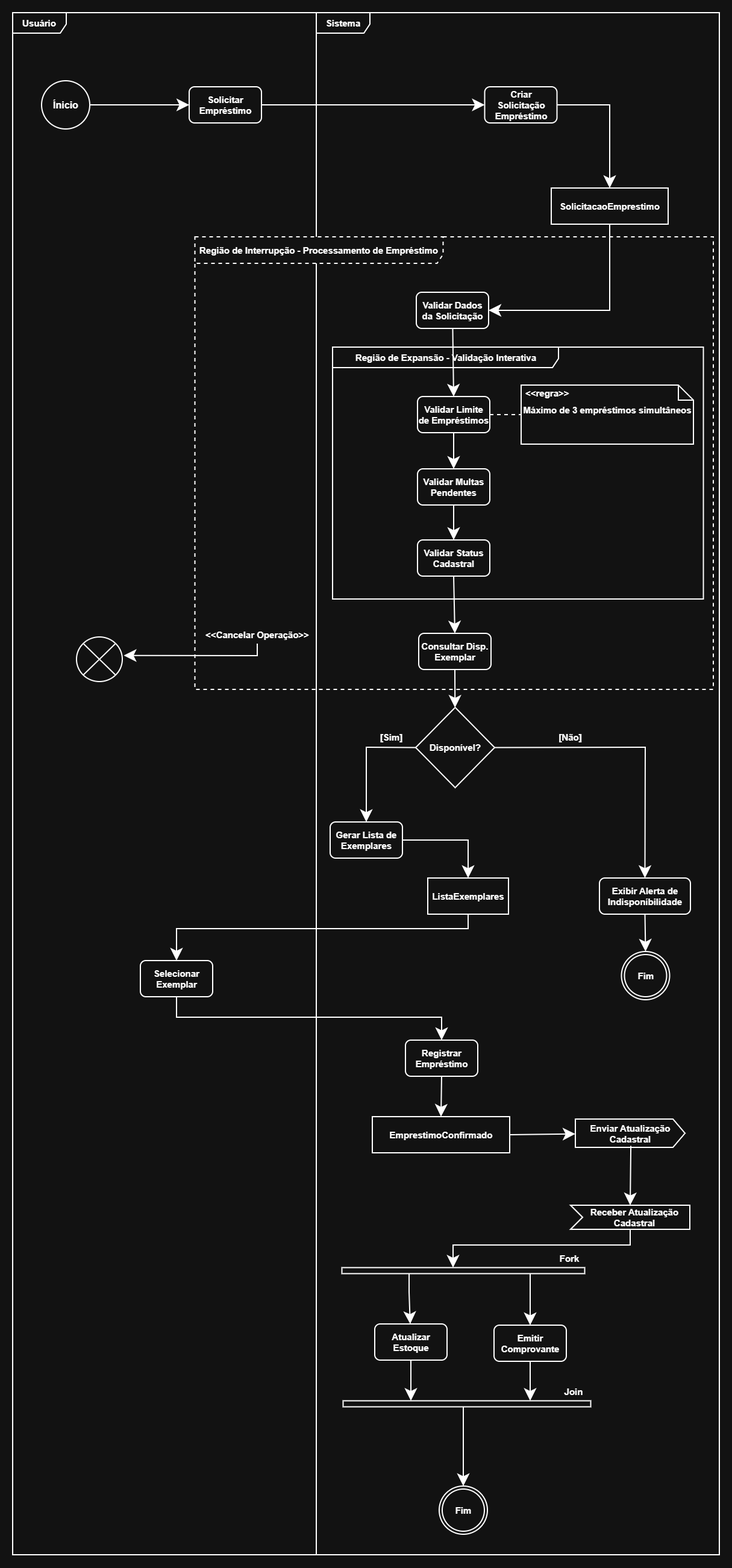
Above: imagensWeb/modelagem/model06Q.png in AndersonDutra7/Projetos-WEB (draw.io), before the change. Source tidied: cells renumbered, new cells last; positions are measured from the earlier drawing's top-left corner, leaving out a move shared by most shapes.
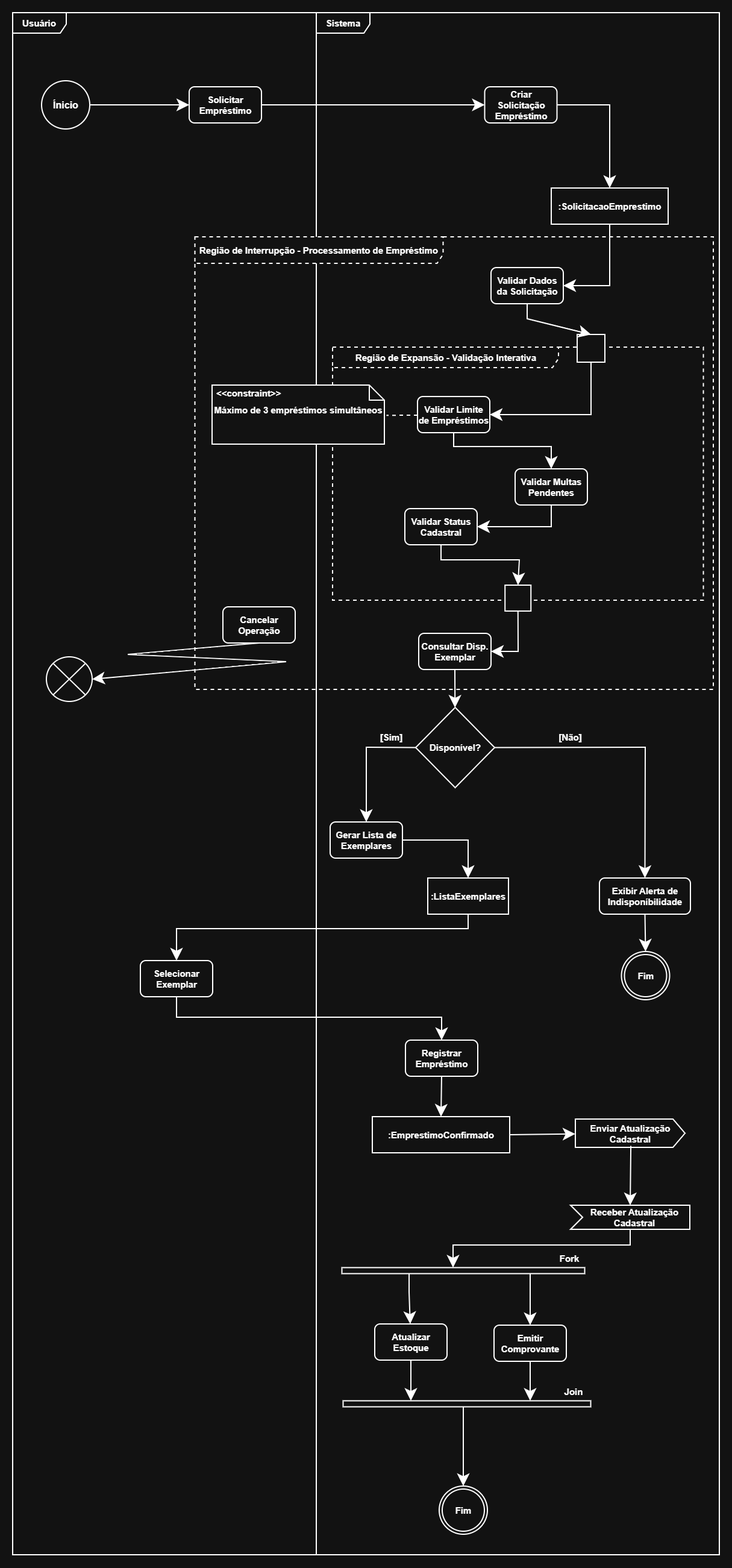
Above is the later version.

What changed in the source:
```diff
@@ -100,49 +100,76 @@
       <mxGeometry x="302.5" y="372" width="860.5" height="751" as="geometry" />
     </mxCell>
     <mxCell id="29" value="&lt;b&gt;&lt;font style=&quot;font-size: 15px;&quot;&gt;Validar Dados da Solicitação&lt;/font&gt;&lt;/b&gt;" style="rounded=1;whiteSpace=wrap;html=1;strokeWidth=2;labelBackgroundColor=none;" parent="28" vertex="1">
-      <mxGeometry x="367.5" y="92" width="120" height="60" as="geometry" />
+      <mxGeometry x="491.5" y="51" width="120" height="60" as="geometry" />
     </mxCell>
-    <mxCell id="30" value="&lt;b&gt;&lt;font style=&quot;font-size: 15px;&quot;&gt;Região de Expansão - Validação Interativa&lt;/font&gt;&lt;/b&gt;" style="shape=umlFrame;whiteSpace=wrap;html=1;width=375;strokeWidth=2;height=34;" parent="28" vertex="1">
-      <mxGeometry x="228.5" y="183" width="615.5" height="418" as="geometry" />
+    <mxCell id="30" value="&lt;b&gt;&lt;font style=&quot;font-size: 15px;&quot;&gt;Região de Expansão - Validação Interativa&lt;/font&gt;&lt;/b&gt;" style="shape=umlFrame;whiteSpace=wrap;html=1;width=375;strokeWidth=2;height=34;dashed=1;" parent="28" vertex="1">
+      <mxGeometry x="228.5" y="183" width="615.5" height="420" as="geometry" />
     </mxCell>
     <mxCell id="31" value="&lt;b&gt;&lt;font style=&quot;font-size: 15px;&quot;&gt;Validar Limite de Empréstimos&lt;/font&gt;&lt;/b&gt;" style="rounded=1;whiteSpace=wrap;html=1;strokeWidth=2;labelBackgroundColor=none;" parent="30" vertex="1">
       <mxGeometry x="141" y="82" width="120" height="60" as="geometry" />
     </mxCell>
     <mxCell id="32" value="&lt;b&gt;&lt;font style=&quot;font-size: 15px;&quot;&gt;Validar Multas Pendentes&lt;/font&gt;&lt;/b&gt;" style="rounded=1;whiteSpace=wrap;html=1;strokeWidth=2;labelBackgroundColor=none;" parent="30" vertex="1">
-      <mxGeometry x="141" y="202" width="120" height="60" as="geometry" />
+      <mxGeometry x="303" y="202" width="120" height="60" as="geometry" />
     </mxCell>
-    <mxCell id="33" style="endArrow=classic;html=1;rounded=0;endSize=15;strokeWidth=2;labelBackgroundColor=none;fontColor=default;exitX=0.5;exitY=1;exitDx=0;exitDy=0;" parent="30" edge="1" source="31" target="32">
-      <mxGeometry relative="1" as="geometry" />
+    <mxCell id="33" style="endArrow=classic;html=1;rounded=0;endSize=15;strokeWidth=2;labelBackgroundColor=none;fontColor=default;exitX=0.5;exitY=1;exitDx=0;exitDy=0;entryX=0.5;entryY=0;entryDx=0;entryDy=0;" parent="30" edge="1" source="31" target="32">
+      <mxGeometry relative="1" as="geometry">
+        <Array as="points">
+          <mxPoint x="201" y="165" />
+          <mxPoint x="363" y="165" />
+        </Array>
+      </mxGeometry>
     </mxCell>
     <mxCell id="34" value="&lt;b&gt;&lt;font style=&quot;font-size: 15px;&quot;&gt;Validar Status Cadastral&lt;/font&gt;&lt;/b&gt;" style="rounded=1;whiteSpace=wrap;html=1;strokeWidth=2;labelBackgroundColor=none;" parent="30" vertex="1">
-      <mxGeometry x="141" y="320" width="120" height="60" as="geometry" />
+      <mxGeometry x="120" y="268" width="120" height="60" as="geometry" />
     </mxCell>
-    <mxCell id="35" style="endArrow=classic;html=1;rounded=0;endSize=15;strokeWidth=2;labelBackgroundColor=none;fontColor=default;exitX=0.5;exitY=1;exitDx=0;exitDy=0;entryX=0.5;entryY=0;entryDx=0;entryDy=0;" parent="30" edge="1" source="32" target="34">
-      <mxGeometry relative="1" as="geometry" />
+    <mxCell id="35" style="endArrow=classic;html=1;rounded=0;endSize=15;strokeWidth=2;labelBackgroundColor=none;fontColor=default;exitX=0.5;exitY=1;exitDx=0;exitDy=0;entryX=1;entryY=0.5;entryDx=0;entryDy=0;" parent="30" edge="1" source="32" target="34">
+      <mxGeometry relative="1" as="geometry">
+        <Array as="points">
+          <mxPoint x="363" y="298" />
+        </Array>
+      </mxGeometry>
     </mxCell>
-    <mxCell id="36" value="&lt;b&gt;&lt;font style=&quot;font-size: 15px;&quot;&gt;Máximo de 3 empréstimos simultâneos&lt;/font&gt;&lt;/b&gt;" style="shape=note2;boundedLbl=1;whiteSpace=wrap;html=1;size=25;verticalAlign=top;align=center;strokeWidth=2;" parent="30" vertex="1">
-      <mxGeometry x="313" y="63" width="286" height="98" as="geometry" />
-    </mxCell>
-    <mxCell id="37" value="&lt;&lt;regra&gt;&gt;" style="strokeColor=none;fillColor=none;align=left;spacingLeft=5;fontStyle=1;fontSize=15;" parent="36" vertex="1">
-      <mxGeometry width="286" height="25" relative="1" as="geometry" />
-    </mxCell>
-    <mxCell id="38" style="endArrow=none;html=1;rounded=0;endSize=15;strokeWidth=2;labelBackgroundColor=none;fontColor=default;exitX=1;exitY=0.5;exitDx=0;exitDy=0;entryX=0;entryY=0.5;entryDx=0;entryDy=0;entryPerimeter=0;dashed=1;endFill=0;" parent="30" edge="1" source="31" target="36">
-      <mxGeometry relative="1" as="geometry" />
-    </mxCell>
+    <mxCell id="64" style="whiteSpace=wrap;html=1;strokeWidth=2;" parent="30" vertex="1">
+      <mxGeometry x="406" y="-21" width="46" height="46" as="geometry" />
+    </mxCell>
+    <mxCell id="65" style="endArrow=classic;html=1;rounded=0;endSize=15;strokeWidth=2;labelBackgroundColor=none;fontColor=default;exitX=0.5;exitY=1;exitDx=0;exitDy=0;entryX=1;entryY=0.5;entryDx=0;entryDy=0;" parent="30" edge="1" source="64" target="31">
+      <mxGeometry relative="1" as="geometry">
+        <Array as="points">
+          <mxPoint x="429" y="112" />
+        </Array>
+      </mxGeometry>
+    </mxCell>
+    <mxCell id="66" style="whiteSpace=wrap;html=1;strokeWidth=2;" parent="30" vertex="1">
+      <mxGeometry x="286.2" y="395" width="43" height="43" as="geometry" />
+    </mxCell>
+    <mxCell id="41" style="endArrow=classic;html=1;rounded=0;endSize=15;strokeWidth=2;labelBackgroundColor=none;fontColor=default;exitX=0.5;exitY=1;exitDx=0;exitDy=0;entryX=0.5;entryY=0;entryDx=0;entryDy=0;" parent="30" edge="1" source="34" target="66">
+      <mxGeometry relative="1" as="geometry">
+        <Array as="points">
+          <mxPoint x="180" y="353" />
+          <mxPoint x="310" y="353" />
+        </Array>
+      </mxGeometry>
+    </mxCell>
-    <mxCell id="39" style="endArrow=classic;html=1;rounded=0;endSize=15;strokeWidth=2;labelBackgroundColor=none;fontColor=default;entryX=0.5;entryY=0;entryDx=0;entryDy=0;" parent="28" edge="1" source="29" target="31">
-      <mxGeometry relative="1" as="geometry" />
+    <mxCell id="39" style="endArrow=classic;html=1;rounded=0;endSize=15;strokeWidth=2;labelBackgroundColor=none;fontColor=default;entryX=0.5;entryY=0;entryDx=0;entryDy=0;" parent="28" edge="1" source="29" target="64">
+      <mxGeometry relative="1" as="geometry">
+        <Array as="points">
+          <mxPoint x="551.5" y="136" />
+        </Array>
+      </mxGeometry>
     </mxCell>
     <mxCell id="40" value="&lt;b&gt;&lt;font style=&quot;font-size: 15px;&quot;&gt;Consultar Disp. Exemplar&lt;/font&gt;&lt;/b&gt;" style="rounded=1;whiteSpace=wrap;html=1;strokeWidth=2;labelBackgroundColor=none;" parent="28" vertex="1">
       <mxGeometry x="371.5" y="658" width="120" height="60" as="geometry" />
     </mxCell>
-    <mxCell id="41" style="endArrow=classic;html=1;rounded=0;endSize=15;strokeWidth=2;labelBackgroundColor=none;fontColor=default;exitX=0.5;exitY=1;exitDx=0;exitDy=0;entryX=0.5;entryY=0;entryDx=0;entryDy=0;" parent="28" edge="1" target="40">
-      <mxGeometry relative="1" as="geometry">
-        <mxPoint x="429.5" y="563" as="sourcePoint" />
-      </mxGeometry>
-    </mxCell>
-    <mxCell id="42" value="&lt;b&gt;&lt;font style=&quot;font-size: 15px;&quot;&gt;&amp;lt;&amp;lt;Cancelar Operação&amp;gt;&amp;gt;&lt;/font&gt;&lt;/b&gt;" style="text;html=1;whiteSpace=wrap;strokeColor=none;fillColor=none;align=center;verticalAlign=middle;rounded=0;" parent="28" vertex="1">
-      <mxGeometry x="7.5" y="645" width="192" height="30" as="geometry" />
-    </mxCell>
+    <mxCell id="67" style="endArrow=classic;html=1;rounded=0;endSize=15;strokeWidth=2;labelBackgroundColor=none;fontColor=default;exitX=0.5;exitY=1;exitDx=0;exitDy=0;entryX=1;entryY=0.5;entryDx=0;entryDy=0;" parent="28" edge="1" source="66" target="40">
+      <mxGeometry relative="1" as="geometry">
+        <Array as="points">
+          <mxPoint x="536.5" y="688" />
+        </Array>
+      </mxGeometry>
+    </mxCell>
+    <mxCell id="68" value="&lt;b&gt;&lt;font style=&quot;font-size: 15px;&quot;&gt;Cancelar Operação&lt;/font&gt;&lt;/b&gt;" style="rounded=1;whiteSpace=wrap;html=1;strokeWidth=2;labelBackgroundColor=none;" parent="28" vertex="1">
+      <mxGeometry x="46.5" y="614" width="120" height="60" as="geometry" />
+    </mxCell>
     <mxCell id="43" style="endArrow=classic;html=1;rounded=0;endSize=15;strokeWidth=2;labelBackgroundColor=none;fontColor=default;exitX=1;exitY=0.5;exitDx=0;exitDy=0;entryX=0.5;entryY=0;entryDx=0;entryDy=0;" parent="1" edge="1" source="27" target="49">
       <mxGeometry relative="1" as="geometry">
         <Array as="points">
@@ -150,15 +177,15 @@
         </Array>
       </mxGeometry>
     </mxCell>
-    <mxCell id="44" style="endArrow=classic;html=1;rounded=0;endSize=15;strokeWidth=2;labelBackgroundColor=none;fontColor=default;exitX=0.5;exitY=1;exitDx=0;exitDy=0;" parent="1" edge="1" source="42">
+    <mxCell id="44" style="endArrow=classic;html=1;rounded=0;endSize=15;strokeWidth=2;labelBackgroundColor=none;fontColor=default;exitX=0.5;exitY=1;exitDx=0;exitDy=0;entryX=1;entryY=0.5;entryDx=0;entryDy=0;" parent="1" edge="1" source="68" target="51">
       <mxGeometry relative="1" as="geometry">
-        <mxPoint x="184.4" y="1066.7" as="targetPoint" />
         <Array as="points">
-          <mxPoint x="406" y="1067" />
+          <mxPoint x="191" y="1065" />
+          <mxPoint x="454" y="1077" />
         </Array>
       </mxGeometry>
     </mxCell>
-    <mxCell id="45" value="&lt;b&gt;&lt;font style=&quot;font-size: 15px;&quot;&gt;ListaExemplares&lt;/font&gt;&lt;/b&gt;" style="rounded=0;whiteSpace=wrap;html=1;strokeWidth=2;labelBackgroundColor=none;" parent="1" vertex="1">
+    <mxCell id="45" value="&lt;b&gt;&lt;font style=&quot;font-size: 15px;&quot;&gt;:ListaExemplares&lt;/font&gt;&lt;/b&gt;" style="rounded=0;whiteSpace=wrap;html=1;strokeWidth=2;labelBackgroundColor=none;" parent="1" vertex="1">
       <mxGeometry x="689" y="1436" width="134" height="60" as="geometry" />
     </mxCell>
     <mxCell id="46" style="endArrow=classic;html=1;rounded=0;endSize=15;strokeWidth=2;labelBackgroundColor=none;fontColor=default;exitX=0.5;exitY=1;exitDx=0;exitDy=0;entryX=0.5;entryY=0;entryDx=0;entryDy=0;" parent="1" edge="1" source="45" target="53">
@@ -175,18 +202,18 @@
     <mxCell id="48" value="&lt;b&gt;&lt;font style=&quot;font-size: 15px;&quot;&gt;Receber Atualização Cadastral&lt;/font&gt;&lt;/b&gt;" style="html=1;shape=mxgraph.infographic.ribbonSimple;notch1=20;notch2=0;align=center;verticalAlign=middle;fontSize=14;fontStyle=0;fillColor=#FFFFFF;flipH=0;spacingRight=0;spacingLeft=14;whiteSpace=wrap;strokeWidth=2;" parent="1" vertex="1">
       <mxGeometry x="926" y="1979" width="198" height="40" as="geometry" />
     </mxCell>
-    <mxCell id="49" value="&lt;b&gt;&lt;font style=&quot;font-size: 15px;&quot;&gt;SolicitacaoEmprestimo&lt;/font&gt;&lt;/b&gt;" style="rounded=0;whiteSpace=wrap;html=1;strokeWidth=2;labelBackgroundColor=none;" parent="1" vertex="1">
+    <mxCell id="49" value="&lt;b&gt;&lt;font style=&quot;font-size: 15px;&quot;&gt;:SolicitacaoEmprestimo&lt;/font&gt;&lt;/b&gt;" style="rounded=0;whiteSpace=wrap;html=1;strokeWidth=2;labelBackgroundColor=none;" parent="1" vertex="1">
       <mxGeometry x="894" y="291" width="194" height="60" as="geometry" />
     </mxCell>
     <mxCell id="50" style="endArrow=classic;html=1;rounded=0;endSize=15;strokeWidth=2;labelBackgroundColor=none;fontColor=default;exitX=0.5;exitY=1;exitDx=0;exitDy=0;entryX=1;entryY=0.5;entryDx=0;entryDy=0;" parent="1" edge="1" source="49" target="29">
       <mxGeometry relative="1" as="geometry">
         <Array as="points">
-          <mxPoint x="991" y="494" />
+          <mxPoint x="991" y="453" />
         </Array>
       </mxGeometry>
     </mxCell>
     <mxCell id="51" style="shape=sumEllipse;perimeter=ellipsePerimeter;html=1;backgroundOutline=1;strokeWidth=2;" parent="1" vertex="1">
-      <mxGeometry x="106" y="1036" width="76" height="74" as="geometry" />
+      <mxGeometry x="56" y="1069" width="76" height="74" as="geometry" />
     </mxCell>
     <mxCell id="52" style="endArrow=classic;html=1;rounded=0;endSize=15;strokeWidth=2;labelBackgroundColor=none;fontColor=default;exitX=0.5;exitY=1;exitDx=0;exitDy=0;" parent="1" edge="1" source="40" target="4">
       <mxGeometry relative="1" as="geometry" />
@@ -205,7 +232,7 @@
         </Array>
       </mxGeometry>
     </mxCell>
-    <mxCell id="56" value="&lt;b&gt;&lt;font style=&quot;font-size: 15px;&quot;&gt;EmprestimoConfirmado&lt;/font&gt;&lt;/b&gt;" style="rounded=0;whiteSpace=wrap;html=1;strokeWidth=2;labelBackgroundColor=none;" parent="1" vertex="1">
+    <mxCell id="56" value="&lt;b&gt;&lt;font style=&quot;font-size: 15px;&quot;&gt;:EmprestimoConfirmado&lt;/font&gt;&lt;/b&gt;" style="rounded=0;whiteSpace=wrap;html=1;strokeWidth=2;labelBackgroundColor=none;" parent="1" vertex="1">
       <mxGeometry x="597" y="1832" width="228" height="60" as="geometry" />
     </mxCell>
     <mxCell id="57" style="endArrow=classic;html=1;rounded=0;endSize=15;strokeWidth=2;labelBackgroundColor=none;fontColor=default;entryX=0.5;entryY=0;entryDx=0;entryDy=0;exitX=0.5;exitY=1;exitDx=0;exitDy=0;" parent="1" edge="1" source="54" target="56">
@@ -234,5 +261,16 @@
     <mxCell id="63" style="endArrow=classic;html=1;rounded=0;endSize=15;strokeWidth=2;labelBackgroundColor=none;fontColor=default;entryX=0.5;entryY=0;entryDx=0;entryDy=0;" parent="1" edge="1" source="14" target="24">
       <mxGeometry relative="1" as="geometry" />
     </mxCell>
+    <mxCell id="36" value="&lt;b&gt;&lt;font style=&quot;font-size: 15px;&quot;&gt;Máximo de 3 empréstimos simultâneos&lt;/font&gt;&lt;/b&gt;" style="shape=note2;boundedLbl=1;whiteSpace=wrap;html=1;size=25;verticalAlign=top;align=center;strokeWidth=2;" parent="1" vertex="1">
+      <mxGeometry x="331" y="618" width="286" height="98" as="geometry" />
+    </mxCell>
+    <mxCell id="37" value="&lt;&lt;constraint&gt;&gt;" style="strokeColor=none;fillColor=none;align=left;spacingLeft=5;fontStyle=1;fontSize=15;" parent="36" vertex="1">
+      <mxGeometry width="286" height="25" relative="1" as="geometry" />
+    </mxCell>
+    <mxCell id="38" style="endArrow=none;html=1;rounded=0;endSize=15;strokeWidth=2;labelBackgroundColor=none;fontColor=default;entryX=1.012;entryY=0.512;entryDx=0;entryDy=0;entryPerimeter=0;dashed=1;endFill=0;" parent="1" edge="1" target="36">
+      <mxGeometry relative="1" as="geometry">
+        <mxPoint x="672" y="668" as="sourcePoint" />
+      </mxGeometry>
+    </mxCell>
   </root>
 </mxGraphModel>
```
